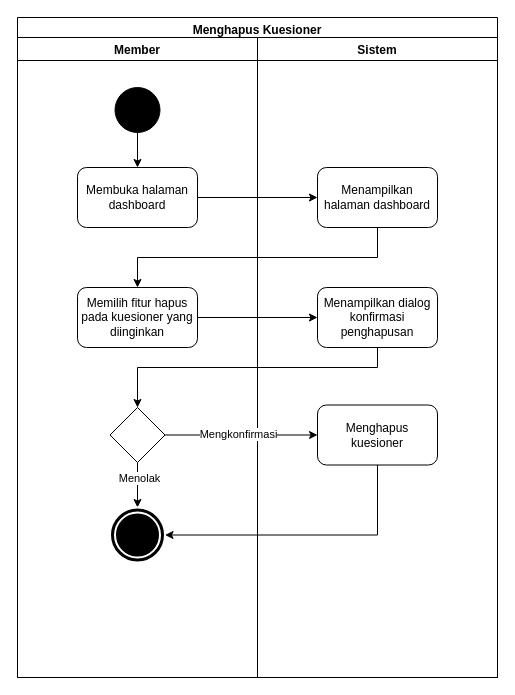
Above: Diagram/Activity Diagram/18. menghapus kuesioner.drawio in techie-jhs/thesis (draw.io), before the change. Source tidied: cells renumbered, new cells numbered last; positions are measured from the earlier drawing's top-left corner, leaving out a move shared by most shapes. Both pictures are drawn from the tidied source at 100%, with x=0, y=0 at pixel (17, 17).
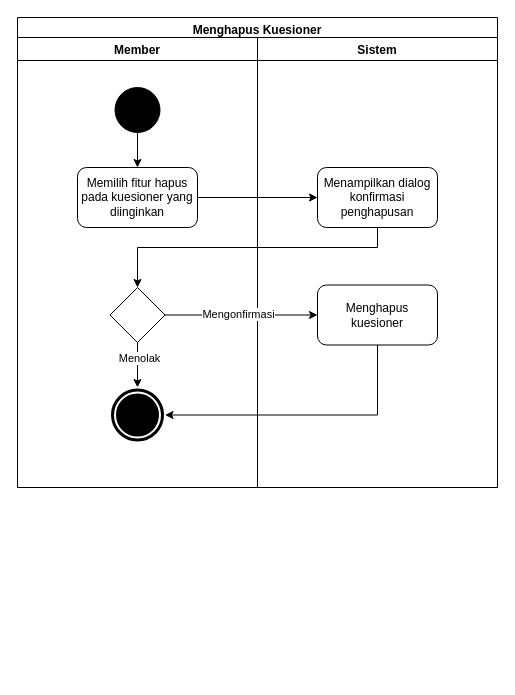
After the change.

Unchanged cells that the change refers to:
```xml
<mxCell id="5" style="ellipse;whiteSpace=wrap;html=1;fillColor=#000000;" parent="3" vertex="1">
  <mxGeometry x="97.5" y="50" width="45" height="45" as="geometry" />
</mxCell>
```

The edit, as a diff of the source:
```diff
@@
     <mxCell id="2" value="Menghapus Kuesioner" style="swimlane;fillColor=none;" parent="1" vertex="1">
-      <mxGeometry width="480" height="660" as="geometry" />
+      <mxGeometry width="480" height="470" as="geometry" />
     </mxCell>
     <mxCell id="3" value="Member" style="swimlane;" parent="2" vertex="1">
-      <mxGeometry y="20" width="240" height="640" as="geometry" />
+      <mxGeometry y="20" width="240" height="450" as="geometry" />
     </mxCell>
-    <mxCell id="4" style="edgeStyle=orthogonalEdgeStyle;rounded=0;jettySize=auto;html=1;" parent="3" edge="1" source="5" target="6">
-      <mxGeometry relative="1" as="geometry" />
-    </mxCell>
+    <mxCell id="23" style="edgeStyle=orthogonalEdgeStyle;rounded=0;jettySize=auto;html=1;" parent="3" edge="1" source="5" target="7">
+      <mxGeometry relative="1" as="geometry" />
+    </mxCell>
@@
-    <mxCell id="6" value="Membuka halaman dashboard" style="rounded=1;whiteSpace=wrap;html=1;fillColor=none;" parent="3" vertex="1">
-      <mxGeometry x="60" y="130" width="120" height="60" as="geometry" />
-    </mxCell>
     <mxCell id="7" value="Memilih fitur hapus pada kuesioner yang diinginkan" style="rounded=1;whiteSpace=wrap;html=1;fillColor=none;" parent="3" vertex="1">
-      <mxGeometry x="60" y="250" width="120" height="60" as="geometry" />
+      <mxGeometry x="60" y="130" width="120" height="60" as="geometry" />
     </mxCell>
@@
     <mxCell id="10" style="rhombus;whiteSpace=wrap;html=1;fillColor=none;" parent="3" vertex="1">
-      <mxGeometry x="92.5" y="370" width="55" height="55" as="geometry" />
+      <mxGeometry x="92.5" y="250" width="55" height="55" as="geometry" />
     </mxCell>
     <mxCell id="11" style="ellipse;shape=doubleEllipse;whiteSpace=wrap;html=1;fillColor=#000000;strokeColor=#FFFFFF;strokeWidth=2;" parent="3" vertex="1">
-      <mxGeometry x="92.5" y="470" width="55" height="55" as="geometry" />
+      <mxGeometry x="92.5" y="350" width="55" height="55" as="geometry" />
     </mxCell>
     <mxCell id="12" value="Sistem" style="swimlane;" parent="2" vertex="1">
-      <mxGeometry x="240" y="20" width="240" height="640" as="geometry" />
+      <mxGeometry x="240" y="20" width="240" height="450" as="geometry" />
     </mxCell>
-    <mxCell id="13" value="Menampilkan halaman dashboard" style="rounded=1;whiteSpace=wrap;html=1;fillColor=none;" parent="12" vertex="1">
-      <mxGeometry x="60" y="130" width="120" height="60" as="geometry" />
-    </mxCell>
     <mxCell id="14" value="Menampilkan dialog konfirmasi penghapusan" style="rounded=1;whiteSpace=wrap;html=1;fillColor=none;" parent="12" vertex="1">
-      <mxGeometry x="60" y="250" width="120" height="60" as="geometry" />
+      <mxGeometry x="60" y="130" width="120" height="60" as="geometry" />
     </mxCell>
     <mxCell id="15" value="Menghapus kuesioner" style="rounded=1;whiteSpace=wrap;html=1;fillColor=none;" parent="12" vertex="1">
-      <mxGeometry x="60" y="367.5" width="120" height="60" as="geometry" />
+      <mxGeometry x="60" y="247.5" width="120" height="60" as="geometry" />
     </mxCell>
-    <mxCell id="16" style="edgeStyle=orthogonalEdgeStyle;rounded=0;jettySize=auto;html=1;" parent="2" edge="1" source="6" target="13">
-      <mxGeometry relative="1" as="geometry" />
-    </mxCell>
-    <mxCell id="17" style="edgeStyle=orthogonalEdgeStyle;rounded=0;jettySize=auto;html=1;" parent="2" edge="1" source="13" target="7">
-      <mxGeometry relative="1" as="geometry">
-        <Array as="points">
-          <mxPoint x="360" y="240" />
-          <mxPoint x="120" y="240" />
-        </Array>
-      </mxGeometry>
-    </mxCell>
@@
     <mxCell id="19" style="edgeStyle=orthogonalEdgeStyle;rounded=0;jettySize=auto;html=1;entryX=0;entryY=0.5;entryDx=0;entryDy=0;exitX=1;exitY=0.5;exitDx=0;exitDy=0;" parent="2" edge="1" source="10" target="15">
       <mxGeometry relative="1" as="geometry">
         <Array as="points">
-          <mxPoint x="300" y="417" />
+          <mxPoint x="300" y="297" />
         </Array>
       </mxGeometry>
     </mxCell>
-    <mxCell id="20" value="Mengkonfirmasi" style="edgeLabel;html=1;align=center;verticalAlign=middle;" parent="19" vertex="1">
+    <mxCell id="20" value="Mengonfirmasi" style="edgeLabel;html=1;align=center;verticalAlign=middle;" parent="19" vertex="1">
       <mxGeometry x="-0.14" y="3" relative="1" as="geometry">
         <mxPoint x="7" y="2" as="offset" />
       </mxGeometry>
     </mxCell>
     <mxCell id="21" style="edgeStyle=orthogonalEdgeStyle;rounded=0;jettySize=auto;html=1;entryX=1;entryY=0.5;entryDx=0;entryDy=0;" parent="2" edge="1" source="15" target="11">
       <mxGeometry relative="1" as="geometry">
         <Array as="points">
-          <mxPoint x="360" y="518" />
+          <mxPoint x="360" y="398" />
         </Array>
       </mxGeometry>
     </mxCell>
     <mxCell id="22" style="edgeStyle=orthogonalEdgeStyle;rounded=0;jettySize=auto;html=1;" parent="2" edge="1" source="14" target="10">
       <mxGeometry relative="1" as="geometry">
         <Array as="points">
-          <mxPoint x="360" y="350" />
-          <mxPoint x="120" y="350" />
+          <mxPoint x="360" y="230" />
+          <mxPoint x="120" y="230" />
         </Array>
       </mxGeometry>
     </mxCell>
```
